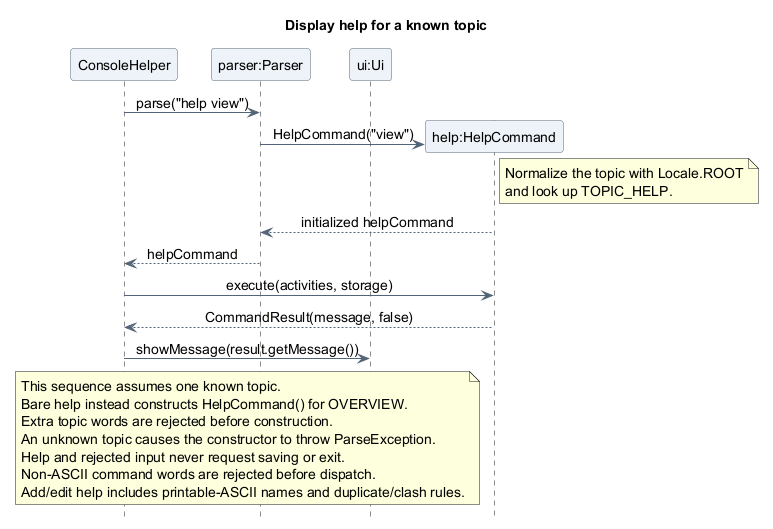
Above: docs/images/atharva/sequence/TopicHelpSequence.png in AY2627S1-CS2113-T10-4/tp (PlantUML), before the change.
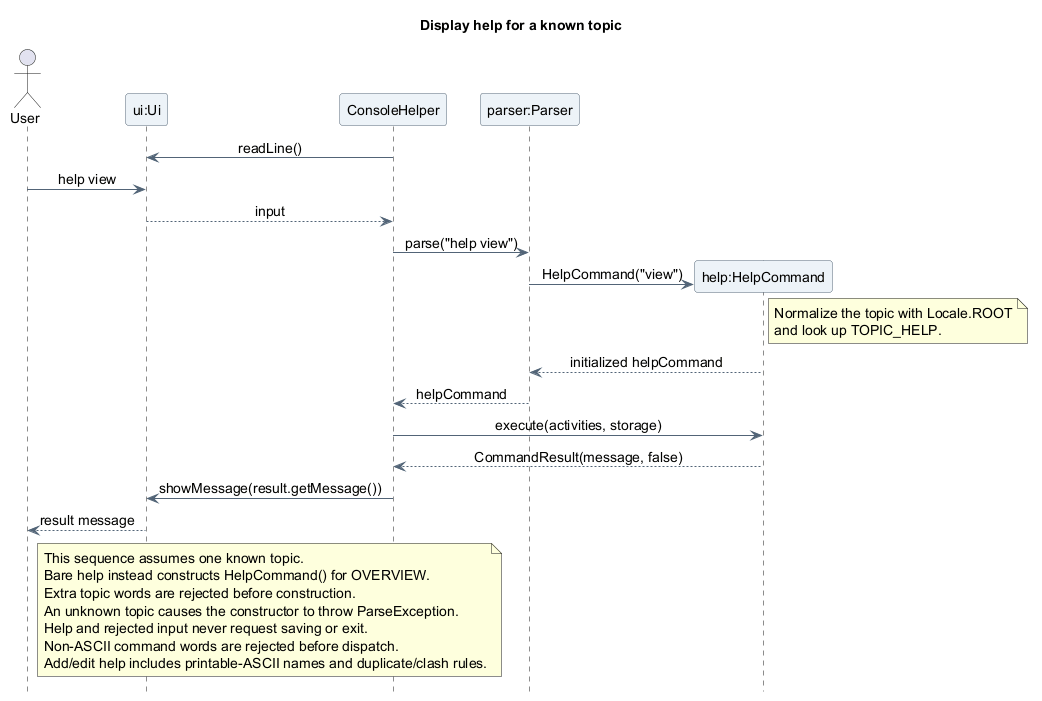
Above is the later version.

What changed in the source:
```diff
@@ -10,9 +10,14 @@
 skinparam sequenceMessageAlign center
 hide footbox
 
+actor "User" as User
+participant "ui:Ui" as UI
 participant "ConsoleHelper" as Console
 participant "parser:Parser" as Parser
-participant "ui:Ui" as UI
+
+Console -> UI : readLine()
+User -> UI : help view
+UI --> Console : input
 
 Console -> Parser : parse("help view")
 create participant "help:HelpCommand" as Help
@@ -26,6 +31,7 @@
 Console -> Help : execute(activities, storage)
 Help --> Console : CommandResult(message, false)
 Console -> UI : showMessage(result.getMessage())
+UI --> User : result message
 
 note over Console, UI
   This sequence assumes one known topic.
```
